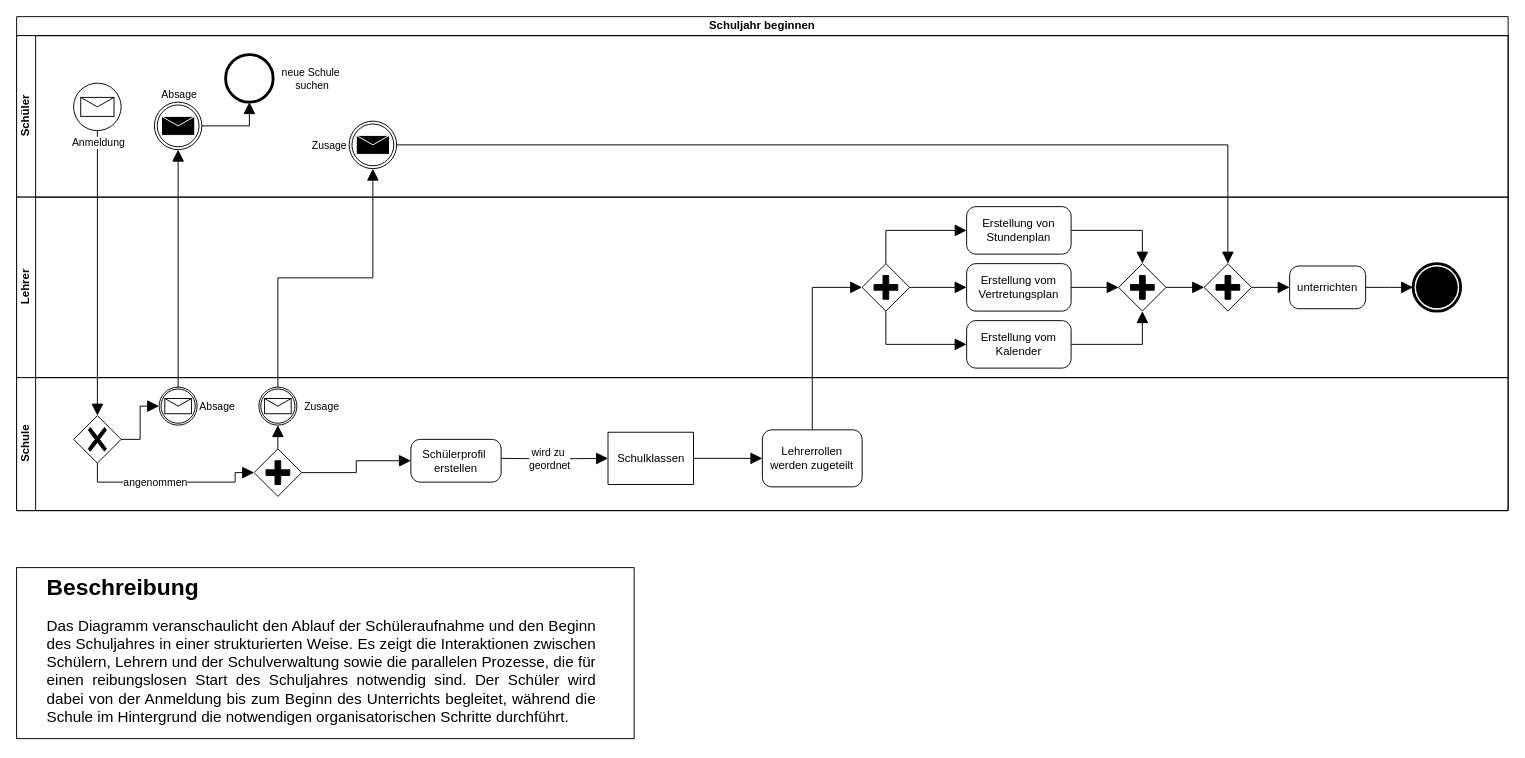
Before: Aktivitätsdiagram.drawio in TrainFan1804/SchulverwaltungUML, a draw.io diagram. Source tidied: cells renumbered, new cells numbered last; positions are measured from the earlier drawing's top-left corner, leaving out a move shared by most shapes. Both pictures are drawn from the tidied source at 95%, with x=0, y=0 at pixel (16, 16).
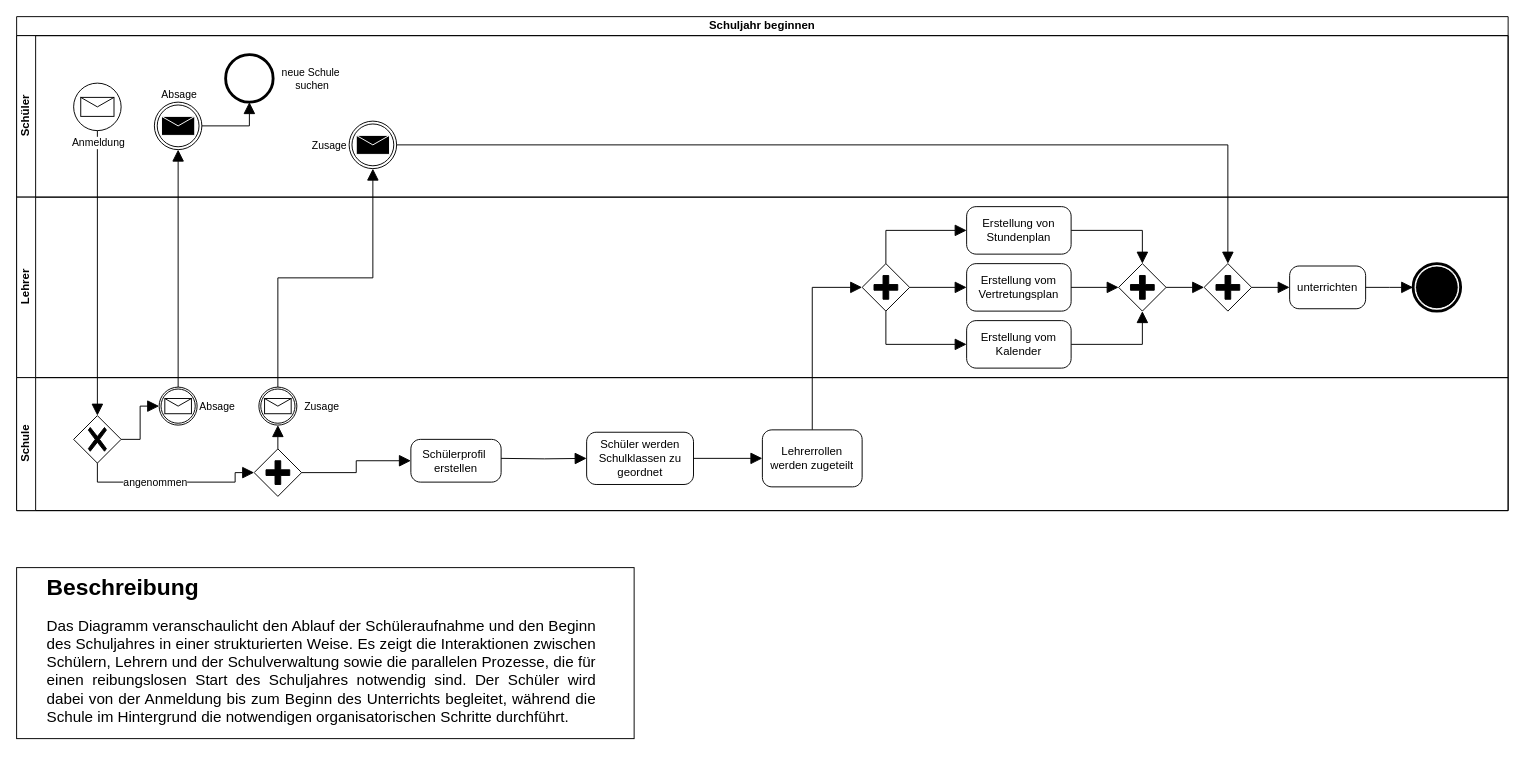
The same diagram, later.

Unchanged cells that the change refers to:
```xml
<mxCell id="36" value="Schule" style="swimlane;html=1;startSize=20;horizontal=0;" parent="2" vertex="1">
  <mxGeometry y="380" width="1570" height="140" as="geometry" />
</mxCell>
<mxCell id="42" style="edgeStyle=orthogonalEdgeStyle;rounded=0;jettySize=auto;html=1;entryX=0;entryY=0.5;entryDx=0;entryDy=0;entryPerimeter=0;endSize=10;endArrow=block;endFill=1;" parent="36" edge="1" target="41">
  <mxGeometry relative="1" as="geometry">
    <mxPoint x="510" y="85" as="sourcePoint" />
  </mxGeometry>
</mxCell>
```

Change to the diagram source:
```diff
@@
-    <mxCell id="41" value="Schulklassen" style="points=[[0.25,0,0],[0.5,0,0],[0.75,0,0],[1,0.25,0],[1,0.5,0],[1,0.75,0],[0.75,1,0],[0.5,1,0],[0.25,1,0],[0,0.75,0],[0,0.5,0],[0,0.25,0]];shape=mxgraph.bpmn.task;whiteSpace=wrap;rectStyle=square;size=10;html=1;taskMarker=abstract;" parent="36" vertex="1">
-      <mxGeometry x="622.5" y="57.5" width="90" height="55" as="geometry" />
+    <mxCell id="41" value="Schüler werden Schulklassen zu geordnet" style="points=[[0.25,0,0],[0.5,0,0],[0.75,0,0],[1,0.25,0],[1,0.5,0],[1,0.75,0],[0.75,1,0],[0.5,1,0],[0.25,1,0],[0,0.75,0],[0,0.5,0],[0,0.25,0]];shape=mxgraph.bpmn.task;whiteSpace=wrap;rectStyle=rounded;size=10;html=1;taskMarker=abstract;" parent="36" vertex="1">
+      <mxGeometry x="600" y="57.5" width="112.5" height="55" as="geometry" />
     </mxCell>
@@
-    <mxCell id="43" value="wird zu&amp;nbsp;&lt;div&gt;geordnet&lt;/div&gt;" style="edgeLabel;html=1;align=center;verticalAlign=middle;" parent="42" vertex="1">
-      <mxGeometry x="-0.29" y="2" relative="1" as="geometry">
-        <mxPoint x="10" y="2" as="offset" />
-      </mxGeometry>
-    </mxCell>
```
